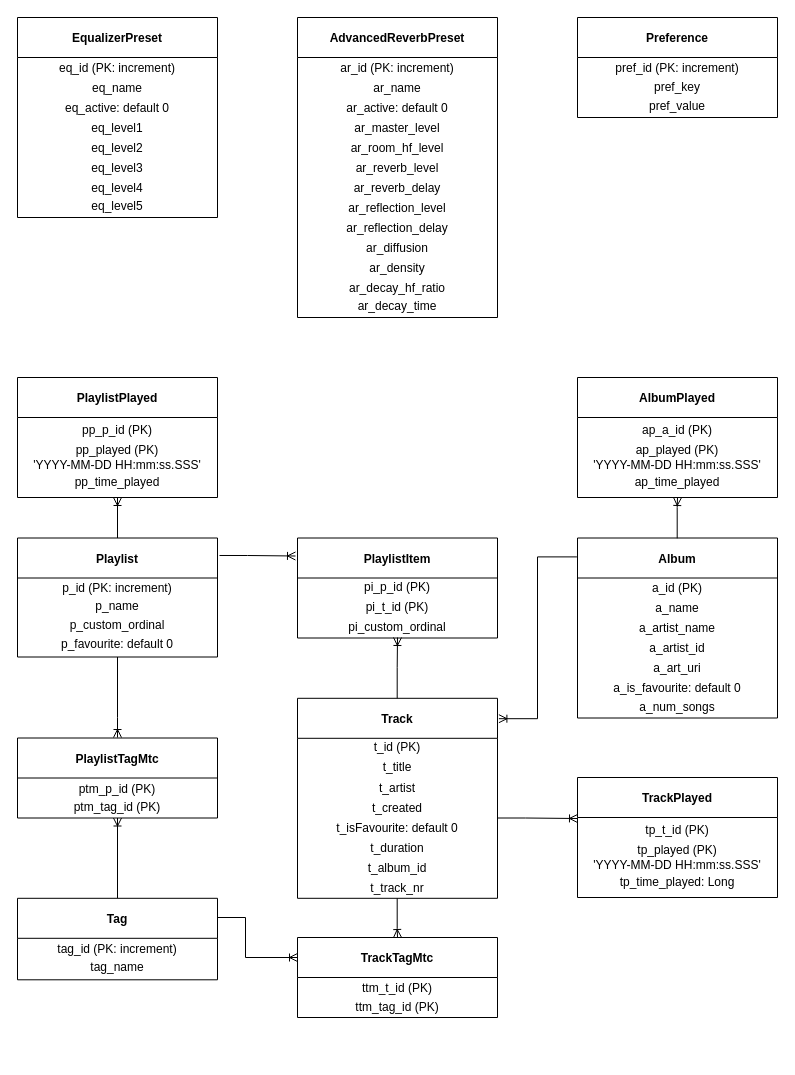
Before: musicplayer_schema.drawio in Lohni/Musicplayer, a draw.io diagram. Source tidied: cells renumbered, new cells numbered last; positions are measured from the earlier drawing's top-left corner, leaving out a move shared by most shapes. Both pictures are drawn from the tidied source at 100%, with x=0, y=0 at pixel (17, 17).
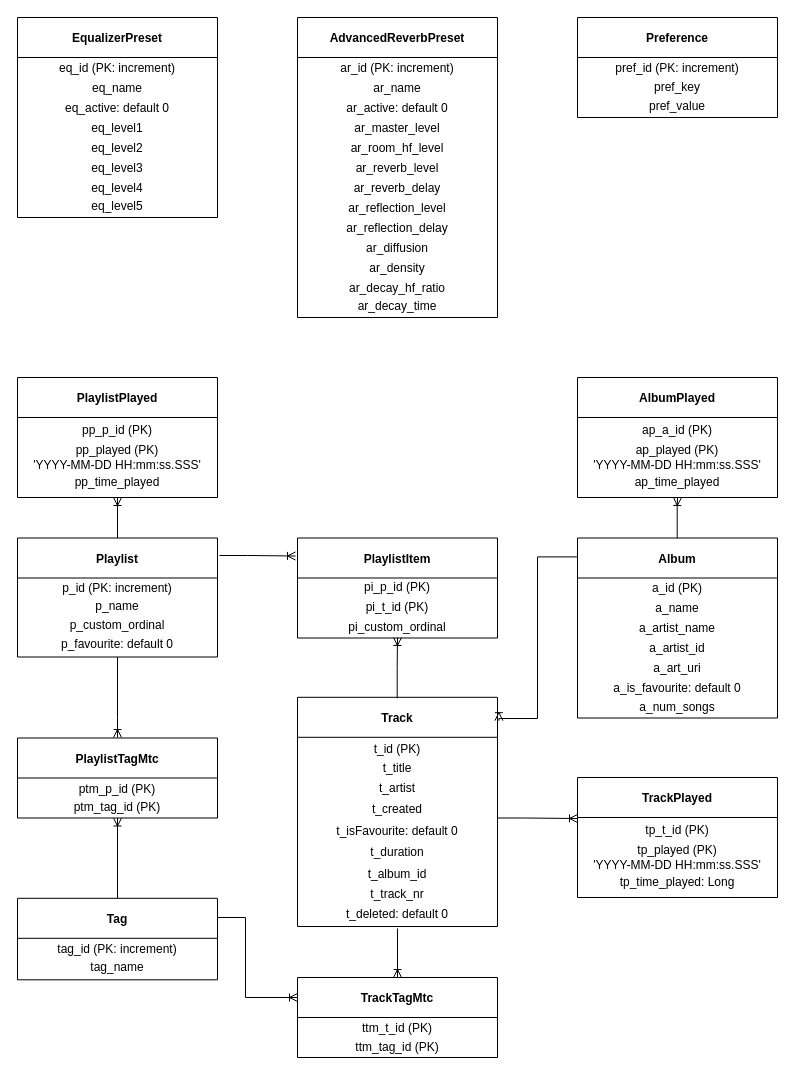
Above is the later version.

What changed in the source:
```diff
@@
     <mxCell id="9" value="TrackTagMtc" style="swimlane;startSize=40;" parent="1" vertex="1">
-      <mxGeometry x="280" y="920" width="200" height="80" as="geometry" />
+      <mxGeometry x="280" y="960" width="200" height="80" as="geometry" />
     </mxCell>
@@
     <mxCell id="26" style="group;" parent="1" vertex="1">
-      <mxGeometry x="280" y="680.8" width="200" height="200" as="geometry" />
+      <mxGeometry x="280" y="679.8" width="200" height="229.2" as="geometry" />
     </mxCell>
     <mxCell id="27" value="Track" style="swimlane;startSize=40;" parent="26" vertex="1">
-      <mxGeometry width="200" height="200" as="geometry" />
+      <mxGeometry width="200" height="229.2" as="geometry" />
     </mxCell>
     <mxCell id="28" value="t_id (PK)" style="text;html=1;strokeColor=none;fillColor=none;align=center;verticalAlign=middle;whiteSpace=wrap;rounded=0;" parent="27" vertex="1">
-      <mxGeometry x="10" y="39" width="180" height="20" as="geometry" />
+      <mxGeometry x="10" y="40.7" width="180" height="22.9" as="geometry" />
     </mxCell>
     <mxCell id="29" value="t_isFavourite: default 0" style="text;html=1;strokeColor=none;fillColor=none;align=center;verticalAlign=middle;whiteSpace=wrap;rounded=0;" parent="27" vertex="1">
-      <mxGeometry x="10" y="120" width="180" height="20" as="geometry" />
+      <mxGeometry x="10" y="122.6" width="180" height="22.9" as="geometry" />
     </mxCell>
     <mxCell id="30" value="t_duration" style="text;html=1;strokeColor=none;fillColor=none;align=center;verticalAlign=middle;whiteSpace=wrap;rounded=0;" parent="27" vertex="1">
-      <mxGeometry x="10" y="140" width="180" height="20" as="geometry" />
+      <mxGeometry x="10" y="143.5" width="180" height="22.9" as="geometry" />
     </mxCell>
     <mxCell id="31" value="t_album_id" style="text;html=1;strokeColor=none;fillColor=none;align=center;verticalAlign=middle;whiteSpace=wrap;rounded=0;" parent="27" vertex="1">
-      <mxGeometry x="10" y="160" width="180" height="20" as="geometry" />
+      <mxGeometry x="10" y="165.4" width="180" height="22.9" as="geometry" />
     </mxCell>
-    <mxCell id="32" value="t_track_nr" style="text;html=1;strokeColor=none;fillColor=none;align=center;verticalAlign=middle;whiteSpace=wrap;rounded=0;" parent="27" vertex="1">
-      <mxGeometry x="10" y="180" width="180" height="20" as="geometry" />
+    <mxCell id="32" value="t_deleted: default 0" style="text;html=1;strokeColor=none;fillColor=none;align=center;verticalAlign=middle;whiteSpace=wrap;rounded=0;" parent="27" vertex="1">
+      <mxGeometry x="10" y="205.3" width="180" height="22.9" as="geometry" />
     </mxCell>
+    <mxCell id="92" value="t_track_nr" style="text;html=1;strokeColor=none;fillColor=none;align=center;verticalAlign=middle;whiteSpace=wrap;rounded=0;" parent="27" vertex="1">
+      <mxGeometry x="10" y="187.2" width="180" height="20" as="geometry" />
+    </mxCell>
     <mxCell id="33" value="t_title" style="text;html=1;strokeColor=none;fillColor=none;align=center;verticalAlign=middle;whiteSpace=wrap;rounded=0;" parent="26" vertex="1">
-      <mxGeometry x="10" y="59" width="180" height="20" as="geometry" />
+      <mxGeometry x="10" y="59.6" width="180" height="22.9" as="geometry" />
     </mxCell>
     <mxCell id="34" value="t_artist" style="text;html=1;strokeColor=none;fillColor=none;align=center;verticalAlign=middle;whiteSpace=wrap;rounded=0;" parent="26" vertex="1">
-      <mxGeometry x="10" y="80" width="180" height="20" as="geometry" />
+      <mxGeometry x="10" y="79.7" width="180" height="22.9" as="geometry" />
     </mxCell>
     <mxCell id="35" value="t_created" style="text;html=1;strokeColor=none;fillColor=none;align=center;verticalAlign=middle;whiteSpace=wrap;rounded=0;" parent="26" vertex="1">
-      <mxGeometry x="10" y="100" width="180" height="20" as="geometry" />
+      <mxGeometry x="10" y="100.6" width="180" height="22.9" as="geometry" />
     </mxCell>
@@
     <mxCell id="79" style="edgeStyle=orthogonalEdgeStyle;rounded=0;jettySize=auto;html=1;exitX=1.01;exitY=0.147;exitDx=0;exitDy=0;endArrow=ERoneToMany;endFill=0;entryX=0;entryY=0.25;entryDx=0;entryDy=0;exitPerimeter=0;" parent="1" edge="1" target="9">
       <mxGeometry relative="1" as="geometry">
         <mxPoint x="200" y="900" as="sourcePoint" />
         <Array as="points">
           <mxPoint x="228" y="900" />
-          <mxPoint x="228" y="940" />
+          <mxPoint x="228" y="980" />
         </Array>
       </mxGeometry>
     </mxCell>
     <mxCell id="80" style="edgeStyle=orthogonalEdgeStyle;rounded=0;orthogonalLoop=1;jettySize=auto;html=1;endArrow=ERoneToMany;endFill=0;" parent="1" edge="1">
       <mxGeometry relative="1" as="geometry">
-        <mxPoint x="379.7" y="880.8" as="sourcePoint" />
-        <mxPoint x="380" y="920" as="targetPoint" />
+        <mxPoint x="380" y="911" as="sourcePoint" />
+        <mxPoint x="380" y="960" as="targetPoint" />
         <Array as="points">
           <mxPoint x="379.7" y="911" />
           <mxPoint x="379.7" y="911" />
         </Array>
       </mxGeometry>
     </mxCell>
```
